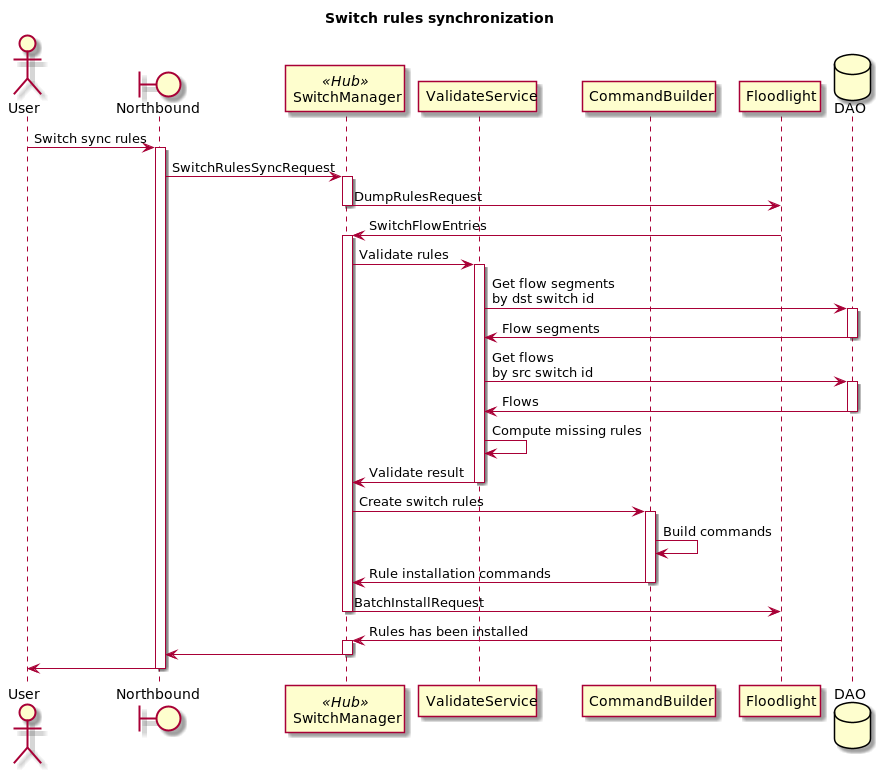
Above: docs/design/hub-and-spoke/switch-sync-rules/h&s-implementation-sync-rules.png in telstra/open-kilda (PlantUML), before the change.
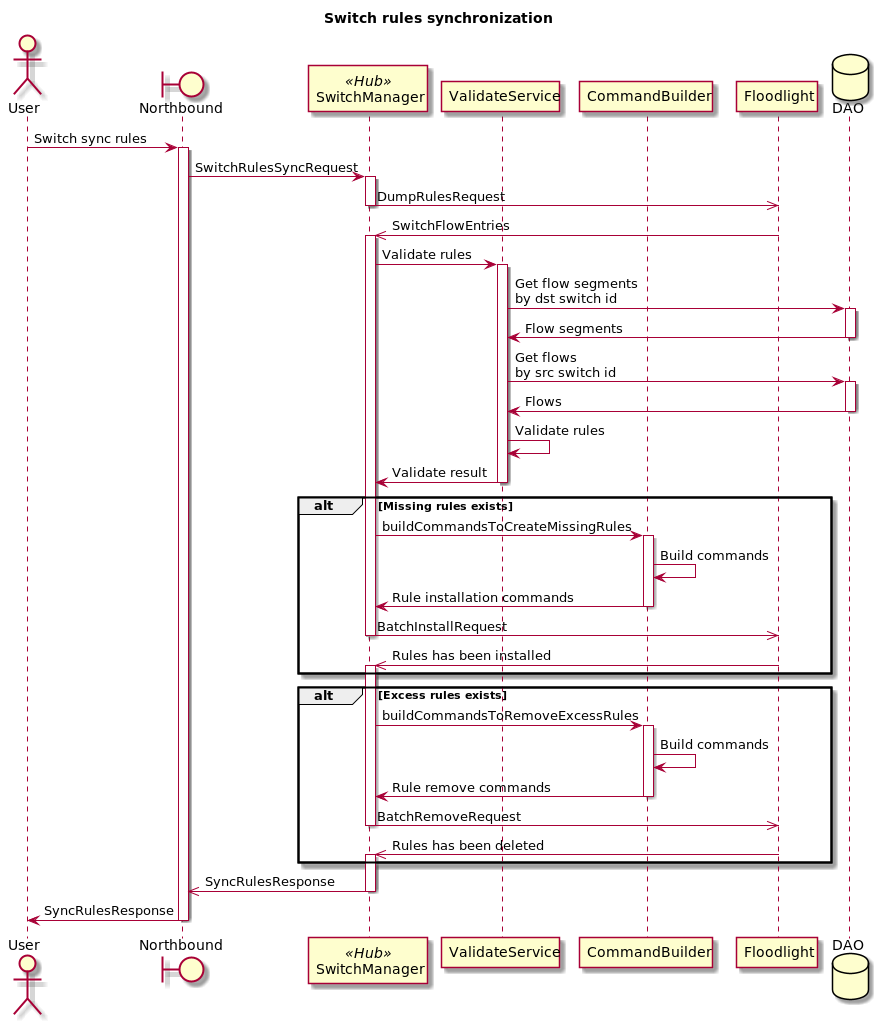
The same diagram one commit later.

The edit, as a diff of the source:
```diff
@@ -15,9 +15,9 @@
 NB -> SwitchManager : SwitchRulesSyncRequest
 activate SwitchManager
 
-SwitchManager -> FL : DumpRulesRequest
+SwitchManager ->> FL : DumpRulesRequest
 deactivate SwitchManager
-FL -> SwitchManager : SwitchFlowEntries
+FL ->> SwitchManager : SwitchFlowEntries
 activate SwitchManager
 SwitchManager -> ValidateService : Validate rules
 activate ValidateService
@@ -29,25 +29,40 @@
 activate DAO
 DAO -> ValidateService : Flows
 deactivate DAO
-ValidateService -> ValidateService : Compute missing rules
+ValidateService -> ValidateService : Validate rules
 
 ValidateService -> SwitchManager : Validate result
 deactivate ValidateService
 
-SwitchManager -> CommandBuilder : Create switch rules
-activate CommandBuilder
-CommandBuilder -> CommandBuilder : Build commands
-CommandBuilder -> SwitchManager : Rule installation commands
-deactivate CommandBuilder
+alt Missing rules exists
+    SwitchManager -> CommandBuilder : buildCommandsToCreateMissingRules
+    activate CommandBuilder
+    CommandBuilder -> CommandBuilder : Build commands
+    CommandBuilder -> SwitchManager : Rule installation commands
+    deactivate CommandBuilder
 
-SwitchManager -> FL : BatchInstallRequest
+    SwitchManager ->> FL : BatchInstallRequest
+    deactivate SwitchManager
+    FL ->> SwitchManager : Rules has been installed
+    activate SwitchManager
+end
+
+alt Excess rules exists
+    SwitchManager -> CommandBuilder : buildCommandsToRemoveExcessRules
+    activate CommandBuilder
+    CommandBuilder -> CommandBuilder : Build commands
+    CommandBuilder -> SwitchManager : Rule remove commands
+    deactivate CommandBuilder
+
+    SwitchManager ->> FL : BatchRemoveRequest
+    deactivate SwitchManager
+    FL ->> SwitchManager : Rules has been deleted
+    activate SwitchManager
+end
+
+SwitchManager ->> NB: SyncRulesResponse
 deactivate SwitchManager
-FL -> SwitchManager : Rules has been installed
-
-activate SwitchManager
-SwitchManager -> NB
-deactivate SwitchManager
-NB -> User
+NB -> User: SyncRulesResponse
 deactivate NB
 
- @enduml
+@enduml
```
